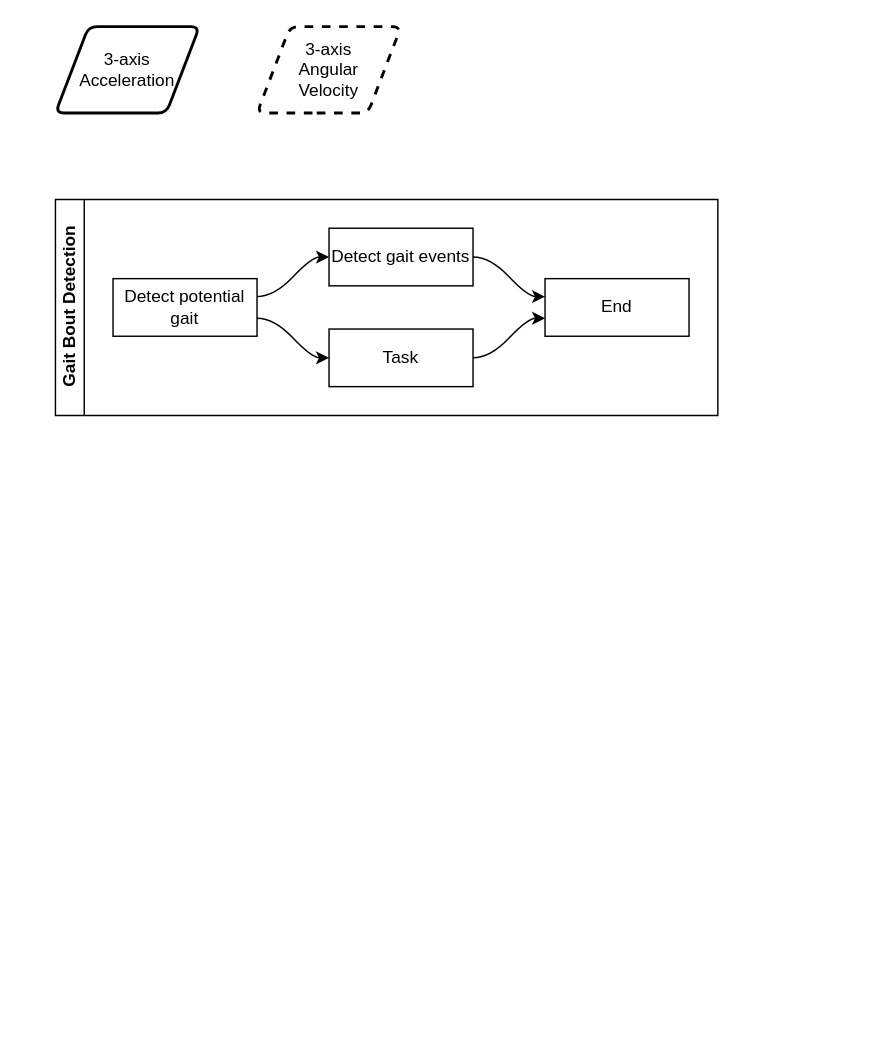
This is page "Full Process" (1 of 5) of design/gait_design.drawio from pfizer-opensource/scikit-digital-health, a draw.io file, before an edit. Source tidied: cells renumbered, new cells numbered last; positions are measured from the earlier drawing's top-left corner, leaving out a move shared by most shapes. Both pictures are drawn from the tidied source at 144%, with x=0, y=0 at pixel (55, 26).
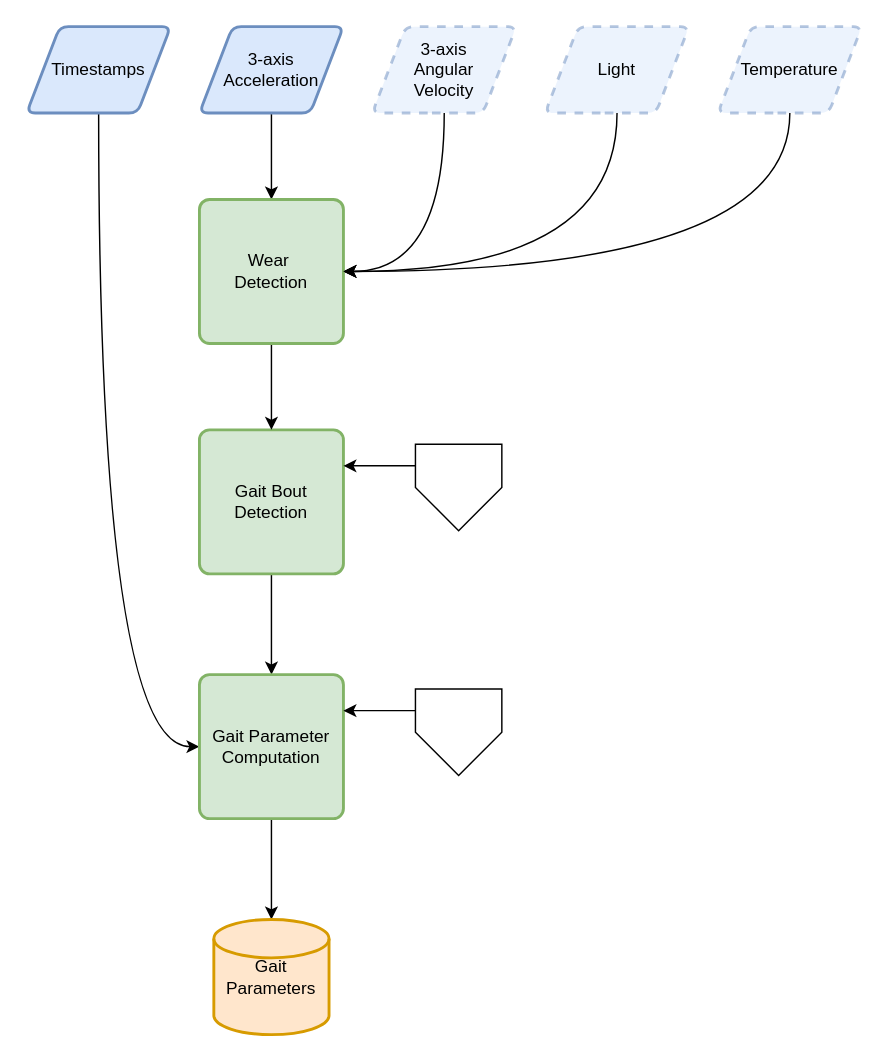
After the change.

Commit message:
updated gait design doc

Diff of the diagram source:
```diff
@@
+    <mxCell id="13" style="edgeStyle=orthogonalEdgeStyle;rounded=0;jettySize=auto;html=1;exitX=0.5;exitY=1;exitDx=0;exitDy=0;entryX=0.5;entryY=0;entryDx=0;entryDy=0;" parent="1" edge="1" source="2" target="26">
+      <mxGeometry relative="1" as="geometry" />
+    </mxCell>
-    <mxCell id="2" value="3-axis&lt;br&gt;Acceleration" style="shape=parallelogram;html=1;strokeWidth=2;perimeter=parallelogramPerimeter;whiteSpace=wrap;rounded=1;arcSize=12;size=0.23;" parent="1" vertex="1">
-      <mxGeometry width="100" height="60" as="geometry" />
+    <mxCell id="2" value="3-axis&lt;br&gt;Acceleration" style="shape=parallelogram;html=1;strokeWidth=2;perimeter=parallelogramPerimeter;whiteSpace=wrap;rounded=1;arcSize=12;size=0.23;fillColor=#dae8fc;strokeColor=#6c8ebf;" parent="1" vertex="1">
+      <mxGeometry x="100" width="100" height="60" as="geometry" />
     </mxCell>
+    <mxCell id="14" style="edgeStyle=orthogonalEdgeStyle;jettySize=auto;html=1;exitX=0.5;exitY=1;exitDx=0;exitDy=0;entryX=1;entryY=0.5;entryDx=0;entryDy=0;curved=1;" parent="1" edge="1" source="3" target="26">
+      <mxGeometry relative="1" as="geometry" />
+    </mxCell>
-    <mxCell id="3" value="3-axis&lt;br&gt;Angular &lt;br&gt;Velocity" style="shape=parallelogram;html=1;strokeWidth=2;perimeter=parallelogramPerimeter;whiteSpace=wrap;rounded=1;arcSize=12;size=0.23;dashed=1;" parent="1" vertex="1">
-      <mxGeometry x="140" width="100" height="60" as="geometry" />
+    <mxCell id="3" value="3-axis&lt;br&gt;Angular &lt;br&gt;Velocity" style="shape=parallelogram;html=1;strokeWidth=2;perimeter=parallelogramPerimeter;whiteSpace=wrap;rounded=1;arcSize=12;size=0.23;dashed=1;fillColor=#dae8fc;strokeColor=#6c8ebf;opacity=50;shadow=0;" parent="1" vertex="1">
+      <mxGeometry x="220" width="100" height="60" as="geometry" />
     </mxCell>
+    <mxCell id="15" style="edgeStyle=orthogonalEdgeStyle;jettySize=auto;html=1;exitX=0.5;exitY=1;exitDx=0;exitDy=0;entryX=0;entryY=0.5;entryDx=0;entryDy=0;curved=1;" parent="1" edge="1" source="16" target="19">
+      <mxGeometry relative="1" as="geometry" />
+    </mxCell>
+    <mxCell id="16" value="Timestamps" style="shape=parallelogram;html=1;strokeWidth=2;perimeter=parallelogramPerimeter;whiteSpace=wrap;rounded=1;arcSize=12;size=0.23;fillColor=#dae8fc;strokeColor=#6c8ebf;" parent="1" vertex="1">
+      <mxGeometry x="-20" width="100" height="60" as="geometry" />
+    </mxCell>
+    <mxCell id="17" style="edgeStyle=orthogonalEdgeStyle;rounded=0;jettySize=auto;html=1;exitX=0.5;exitY=1;exitDx=0;exitDy=0;entryX=0.5;entryY=0;entryDx=0;entryDy=0;" parent="1" edge="1" source="4" target="19">
+      <mxGeometry relative="1" as="geometry" />
+    </mxCell>
-    <mxCell id="4" value="Gait Bout Detection" style="swimlane;html=1;startSize=20;horizontal=0;flowOrientation=west;interRankCellSpacing=50;containerType=tree;" parent="1" vertex="1">
-      <mxGeometry y="120" width="460" height="150" as="geometry" />
+    <mxCell id="4" value="Gait Bout Detection" style="rounded=1;whiteSpace=wrap;html=1;absoluteArcSize=1;arcSize=14;strokeWidth=2;fillColor=#d5e8d4;strokeColor=#82b366;" parent="1" vertex="1">
+      <mxGeometry x="100" y="280" width="100" height="100" as="geometry" />
     </mxCell>
-    <mxCell id="5" value="Detect potential gait" style="whiteSpace=wrap;html=1;" parent="4" vertex="1">
-      <mxGeometry x="40" y="55" width="100" height="40" as="geometry" />
-    </mxCell>
-    <mxCell id="6" value="Detect gait events" style="whiteSpace=wrap;html=1;" parent="4" vertex="1">
-      <mxGeometry x="190" y="20" width="100" height="40" as="geometry" />
-    </mxCell>
-    <mxCell id="7" style="html=1;curved=1;noEdgeStyle=1;orthogonal=1;" parent="4" edge="1" source="5" target="6">
-      <mxGeometry relative="1" as="geometry">
-        <Array as="points">
-          <mxPoint x="152" y="67.5" />
-          <mxPoint x="178" y="40" />
-        </Array>
-      </mxGeometry>
-    </mxCell>
-    <mxCell id="8" value="Task" style="whiteSpace=wrap;html=1;" parent="4" vertex="1">
-      <mxGeometry x="190" y="90" width="100" height="40" as="geometry" />
-    </mxCell>
-    <mxCell id="9" style="html=1;curved=1;noEdgeStyle=1;orthogonal=1;" parent="4" edge="1" source="5" target="8">
-      <mxGeometry relative="1" as="geometry">
-        <Array as="points">
-          <mxPoint x="152" y="82.5" />
-          <mxPoint x="178" y="110" />
-        </Array>
-      </mxGeometry>
-    </mxCell>
-    <mxCell id="10" value="End" style="whiteSpace=wrap;html=1;" parent="4" vertex="1">
-      <mxGeometry x="340" y="55" width="100" height="40" as="geometry" />
-    </mxCell>
-    <mxCell id="11" style="html=1;curved=1;noEdgeStyle=1;orthogonal=1;" parent="4" edge="1" source="6" target="10">
-      <mxGeometry relative="1" as="geometry">
-        <Array as="points">
-          <mxPoint x="302" y="40" />
-          <mxPoint x="328" y="67.5" />
-        </Array>
-      </mxGeometry>
-    </mxCell>
-    <mxCell id="12" style="html=1;curved=1;noEdgeStyle=1;orthogonal=1;" parent="4" edge="1" source="8" target="10">
-      <mxGeometry relative="1" as="geometry">
-        <Array as="points">
-          <mxPoint x="302" y="110" />
-          <mxPoint x="328" y="82.5" />
-        </Array>
-      </mxGeometry>
-    </mxCell>
+    <mxCell id="18" style="edgeStyle=orthogonalEdgeStyle;rounded=0;jettySize=auto;html=1;exitX=0.5;exitY=1;exitDx=0;exitDy=0;entryX=0.5;entryY=0;entryDx=0;entryDy=0;entryPerimeter=0;" parent="1" edge="1" source="19" target="24">
+      <mxGeometry relative="1" as="geometry" />
+    </mxCell>
+    <mxCell id="19" value="Gait Parameter Computation" style="rounded=1;whiteSpace=wrap;html=1;absoluteArcSize=1;arcSize=14;strokeWidth=2;fillColor=#d5e8d4;strokeColor=#82b366;" parent="1" vertex="1">
+      <mxGeometry x="100" y="450" width="100" height="100" as="geometry" />
+    </mxCell>
+    <mxCell id="20" style="edgeStyle=orthogonalEdgeStyle;rounded=0;jettySize=auto;html=1;exitX=0;exitY=0.25;exitDx=0;exitDy=0;entryX=1;entryY=0.25;entryDx=0;entryDy=0;" parent="1" edge="1" source="21" target="4">
+      <mxGeometry relative="1" as="geometry" />
+    </mxCell>
+    <mxCell id="21" style="verticalLabelPosition=bottom;verticalAlign=top;html=1;shape=offPageConnector;rounded=0;size=0.5;" parent="1" vertex="1">
+      <mxGeometry x="250" y="290" width="60" height="60" as="geometry" />
+    </mxCell>
+    <mxCell id="22" style="edgeStyle=orthogonalEdgeStyle;rounded=0;jettySize=auto;html=1;exitX=0;exitY=0.25;exitDx=0;exitDy=0;entryX=1;entryY=0.25;entryDx=0;entryDy=0;" parent="1" edge="1" source="23" target="19">
+      <mxGeometry relative="1" as="geometry" />
+    </mxCell>
+    <mxCell id="23" style="verticalLabelPosition=bottom;verticalAlign=top;html=1;shape=offPageConnector;rounded=0;size=0.5;" parent="1" vertex="1">
+      <mxGeometry x="250" y="460" width="60" height="60" as="geometry" />
+    </mxCell>
+    <mxCell id="24" value="Gait Parameters" style="strokeWidth=2;html=1;shape=mxgraph.flowchart.database;whiteSpace=wrap;fillColor=#ffe6cc;strokeColor=#d79b00;" parent="1" vertex="1">
+      <mxGeometry x="110" y="620" width="80" height="80" as="geometry" />
+    </mxCell>
+    <mxCell id="25" style="edgeStyle=orthogonalEdgeStyle;rounded=0;jettySize=auto;html=1;exitX=0.5;exitY=1;exitDx=0;exitDy=0;entryX=0.5;entryY=0;entryDx=0;entryDy=0;" parent="1" edge="1" source="26" target="4">
+      <mxGeometry relative="1" as="geometry" />
+    </mxCell>
+    <mxCell id="26" value="Wear&amp;nbsp;&lt;br&gt;Detection" style="rounded=1;whiteSpace=wrap;html=1;absoluteArcSize=1;arcSize=14;strokeWidth=2;fillColor=#d5e8d4;strokeColor=#82b366;" parent="1" vertex="1">
+      <mxGeometry x="100" y="120" width="100" height="100" as="geometry" />
+    </mxCell>
+    <mxCell id="27" style="edgeStyle=orthogonalEdgeStyle;jettySize=auto;html=1;exitX=0.5;exitY=1;exitDx=0;exitDy=0;entryX=1;entryY=0.5;entryDx=0;entryDy=0;curved=1;" parent="1" edge="1" source="28" target="26">
+      <mxGeometry relative="1" as="geometry" />
+    </mxCell>
+    <mxCell id="28" value="Light" style="shape=parallelogram;html=1;strokeWidth=2;perimeter=parallelogramPerimeter;whiteSpace=wrap;rounded=1;arcSize=12;size=0.23;dashed=1;fillColor=#dae8fc;strokeColor=#6c8ebf;opacity=50;" parent="1" vertex="1">
+      <mxGeometry x="340" width="100" height="60" as="geometry" />
+    </mxCell>
+    <mxCell id="29" style="edgeStyle=orthogonalEdgeStyle;jettySize=auto;html=1;exitX=0.5;exitY=1;exitDx=0;exitDy=0;entryX=1;entryY=0.5;entryDx=0;entryDy=0;curved=1;" parent="1" edge="1" source="30" target="26">
+      <mxGeometry relative="1" as="geometry" />
+    </mxCell>
+    <mxCell id="30" value="Temperature" style="shape=parallelogram;html=1;strokeWidth=2;perimeter=parallelogramPerimeter;whiteSpace=wrap;rounded=1;arcSize=12;size=0.23;dashed=1;fillColor=#dae8fc;strokeColor=#6c8ebf;opacity=50;" parent="1" vertex="1">
+      <mxGeometry x="460" width="100" height="60" as="geometry" />
+    </mxCell>
```
